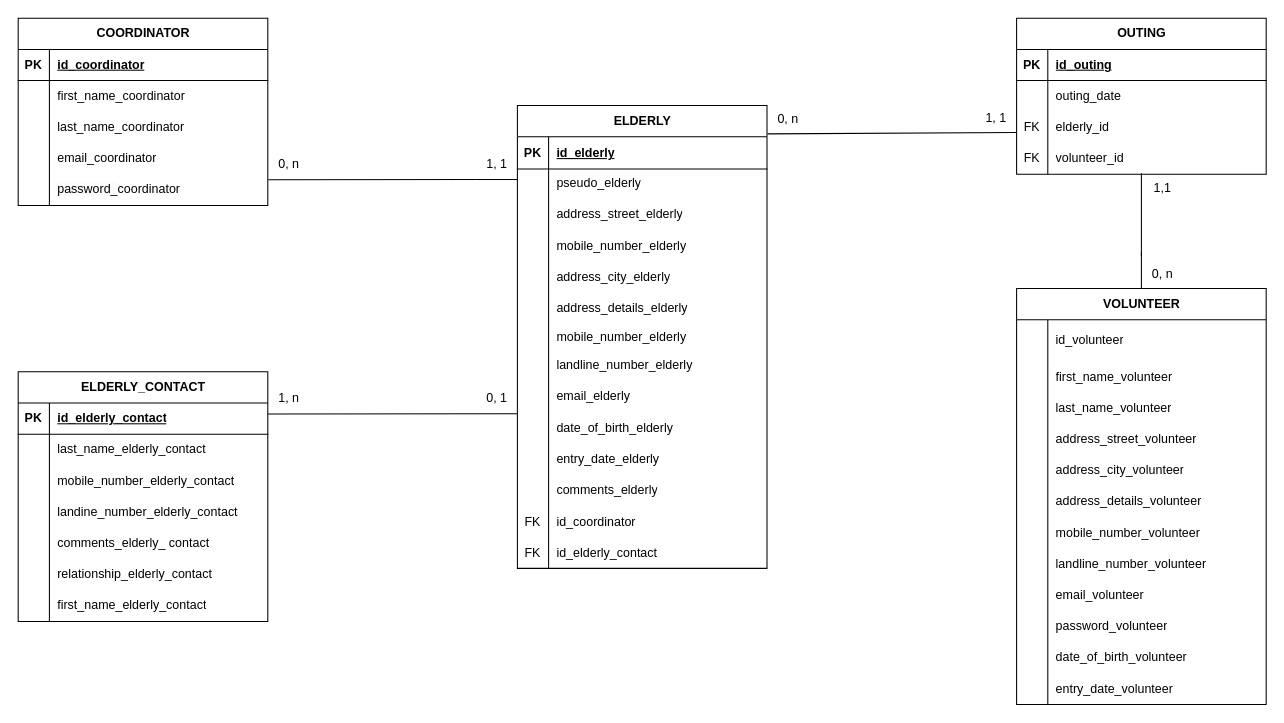
Before: page "MLD_MaE" (2 of 5) of MCD_MaE.drawio in AnneGicquel/MCD_Marche_avec_Eliane, a draw.io diagram. Source tidied: cells renumbered, new cells numbered last; positions are measured from the earlier drawing's top-left corner, leaving out a move shared by most shapes. Both pictures are drawn from the tidied source at 104%, with x=0, y=0 at pixel (18, 18).
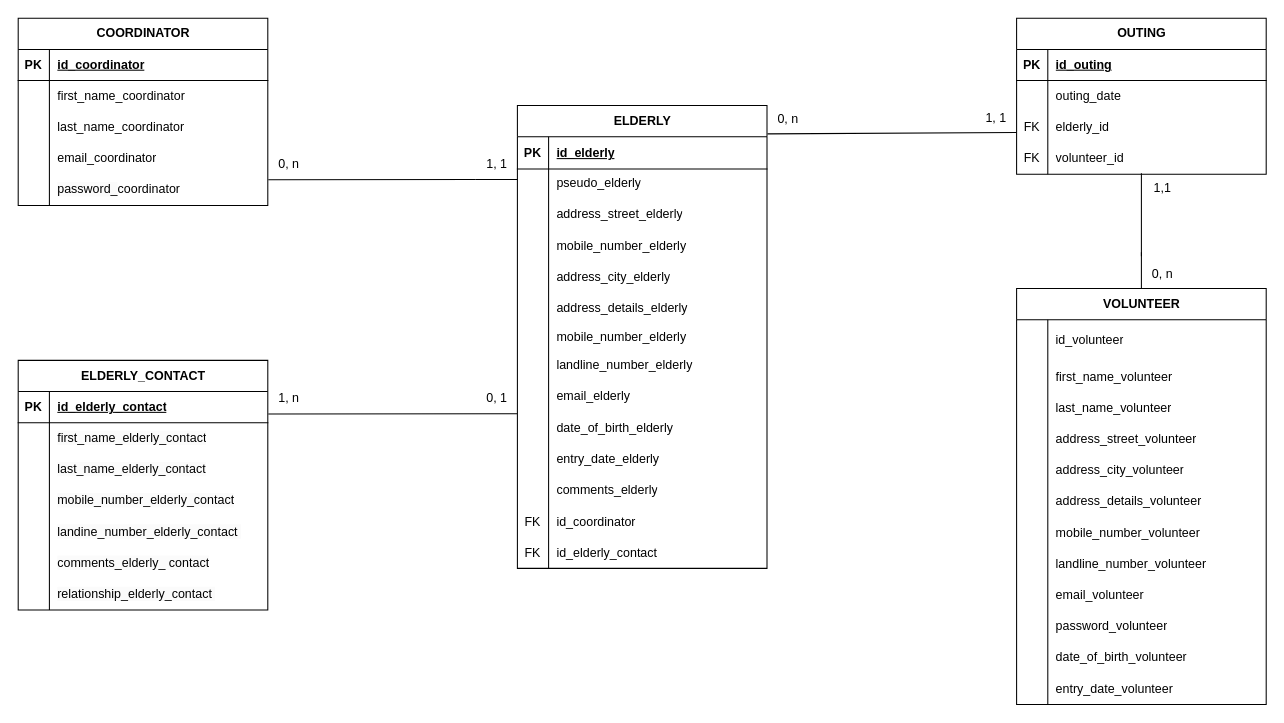
The same page after the edit.

The change refers to these unchanged cells:
```xml
<mxCell id="140" value="1, n" style="text;html=1;align=center;verticalAlign=middle;points=[];strokeColor=none;fillColor=none;rounded=0;" parent="1" vertex="1">
  <mxGeometry x="240" y="351" width="40" height="30" as="geometry" />
</mxCell>
```

Change to the diagram source:
```diff
@@
-    <mxCell id="75" value="ELDERLY_CONTACT" style="shape=table;startSize=30;childLayout=tableLayout;rowLines=0;fontStyle=1;align=center;html=1;rounded=0;" parent="1" vertex="1">
-      <mxGeometry y="340" width="240" height="240" as="geometry" />
-    </mxCell>
-    <mxCell id="76" style="shape=tableRow;horizontal=0;startSize=0;swimlaneHead=0;swimlaneBody=0;fillColor=none;top=0;left=0;right=0;bottom=0;rounded=0;" parent="75" vertex="1">
-      <mxGeometry y="30" width="240" height="30" as="geometry" />
-    </mxCell>
-    <mxCell id="77" style="shape=partialRectangle;fillColor=none;top=0;left=0;bottom=0;right=0;overflow=hidden;whiteSpace=wrap;html=1;rounded=0;" parent="76" vertex="1">
-      <mxGeometry width="30" height="30" as="geometry" />
-    </mxCell>
-    <mxCell id="78" style="shape=partialRectangle;fillColor=none;top=0;left=0;bottom=0;right=0;align=left;spacingLeft=6;overflow=hidden;whiteSpace=wrap;html=1;rounded=0;" parent="76" vertex="1">
-      <mxGeometry x="30" width="210" height="30" as="geometry" />
-    </mxCell>
-    <mxCell id="79" style="shape=tableRow;horizontal=0;startSize=0;swimlaneHead=0;swimlaneBody=0;fillColor=none;top=0;left=0;right=0;bottom=0;rounded=0;" parent="75" vertex="1">
-      <mxGeometry y="60" width="240" height="30" as="geometry" />
-    </mxCell>
-    <mxCell id="80" style="shape=partialRectangle;fillColor=none;top=0;left=0;bottom=0;right=0;overflow=hidden;whiteSpace=wrap;html=1;rounded=0;" parent="79" vertex="1">
-      <mxGeometry width="30" height="30" as="geometry" />
-    </mxCell>
-    <mxCell id="81" value="last_name_elderly_contact" style="shape=partialRectangle;fillColor=none;top=0;left=0;bottom=0;right=0;align=left;spacingLeft=6;overflow=hidden;whiteSpace=wrap;html=1;rounded=0;" parent="79" vertex="1">
-      <mxGeometry x="30" width="210" height="30" as="geometry" />
-    </mxCell>
-    <mxCell id="82" style="shape=tableRow;horizontal=0;startSize=0;swimlaneHead=0;swimlaneBody=0;fillColor=none;top=0;left=0;right=0;bottom=0;rounded=0;" parent="75" vertex="1">
-      <mxGeometry y="90" width="240" height="30" as="geometry" />
-    </mxCell>
-    <mxCell id="83" style="shape=partialRectangle;fillColor=none;top=0;left=0;bottom=0;right=0;overflow=hidden;whiteSpace=wrap;html=1;rounded=0;" parent="82" vertex="1">
-      <mxGeometry width="30" height="30" as="geometry" />
-    </mxCell>
-    <mxCell id="84" value="mobile_number_elderly_contact" style="shape=partialRectangle;fillColor=none;top=0;left=0;bottom=0;right=0;align=left;spacingLeft=6;overflow=hidden;whiteSpace=wrap;html=1;rounded=0;" parent="82" vertex="1">
-      <mxGeometry x="30" width="210" height="30" as="geometry" />
-    </mxCell>
-    <mxCell id="85" style="shape=tableRow;horizontal=0;startSize=0;swimlaneHead=0;swimlaneBody=0;fillColor=none;top=0;left=0;right=0;bottom=0;rounded=0;" parent="75" vertex="1">
-      <mxGeometry y="120" width="240" height="30" as="geometry" />
-    </mxCell>
-    <mxCell id="86" style="shape=partialRectangle;fillColor=none;top=0;left=0;bottom=0;right=0;overflow=hidden;whiteSpace=wrap;html=1;rounded=0;" parent="85" vertex="1">
-      <mxGeometry width="30" height="30" as="geometry" />
-    </mxCell>
-    <mxCell id="87" value="landine_number_elderly_contact&amp;nbsp;" style="shape=partialRectangle;fillColor=none;top=0;left=0;bottom=0;right=0;align=left;spacingLeft=6;overflow=hidden;whiteSpace=wrap;html=1;rounded=0;" parent="85" vertex="1">
-      <mxGeometry x="30" width="210" height="30" as="geometry" />
-    </mxCell>
-    <mxCell id="88" style="shape=tableRow;horizontal=0;startSize=0;swimlaneHead=0;swimlaneBody=0;fillColor=none;top=0;left=0;right=0;bottom=0;rounded=0;" parent="75" vertex="1">
-      <mxGeometry y="150" width="240" height="30" as="geometry" />
-    </mxCell>
-    <mxCell id="89" style="shape=partialRectangle;fillColor=none;top=0;left=0;bottom=0;right=0;overflow=hidden;whiteSpace=wrap;html=1;rounded=0;" parent="88" vertex="1">
-      <mxGeometry width="30" height="30" as="geometry" />
-    </mxCell>
-    <mxCell id="90" value="comments_elderly_ contact" style="shape=partialRectangle;fillColor=none;top=0;left=0;bottom=0;right=0;align=left;spacingLeft=6;overflow=hidden;whiteSpace=wrap;html=1;rounded=0;" parent="88" vertex="1">
-      <mxGeometry x="30" width="210" height="30" as="geometry" />
-    </mxCell>
-    <mxCell id="91" style="shape=tableRow;horizontal=0;startSize=0;swimlaneHead=0;swimlaneBody=0;fillColor=none;top=0;left=0;right=0;bottom=0;rounded=0;" parent="75" vertex="1">
-      <mxGeometry y="180" width="240" height="30" as="geometry" />
-    </mxCell>
-    <mxCell id="92" style="shape=partialRectangle;fillColor=none;top=0;left=0;bottom=0;right=0;overflow=hidden;whiteSpace=wrap;html=1;rounded=0;" parent="91" vertex="1">
-      <mxGeometry width="30" height="30" as="geometry" />
-    </mxCell>
-    <mxCell id="93" value="relationship_elderly_contact&amp;nbsp;" style="shape=partialRectangle;fillColor=none;top=0;left=0;bottom=0;right=0;align=left;spacingLeft=6;overflow=hidden;whiteSpace=wrap;html=1;rounded=0;" parent="91" vertex="1">
-      <mxGeometry x="30" width="210" height="30" as="geometry" />
-    </mxCell>
-    <mxCell id="94" style="shape=tableRow;horizontal=0;startSize=0;swimlaneHead=0;swimlaneBody=0;fillColor=none;top=0;left=0;right=0;bottom=0;rounded=0;" parent="75" vertex="1">
-      <mxGeometry y="210" width="240" height="30" as="geometry" />
-    </mxCell>
-    <mxCell id="95" style="shape=partialRectangle;fillColor=none;top=0;left=0;bottom=0;right=0;overflow=hidden;whiteSpace=wrap;html=1;rounded=0;" parent="94" vertex="1">
-      <mxGeometry width="30" height="30" as="geometry" />
-    </mxCell>
-    <mxCell id="96" value="first_name_elderly_contact" style="shape=partialRectangle;fillColor=none;top=0;left=0;bottom=0;right=0;align=left;spacingLeft=6;overflow=hidden;whiteSpace=wrap;html=1;rounded=0;" parent="94" vertex="1">
-      <mxGeometry x="30" width="210" height="30" as="geometry" />
-    </mxCell>
@@
-    <mxCell id="141" style="endArrow=none;html=1;rounded=0;exitX=1;exitY=0.353;exitDx=0;exitDy=0;exitPerimeter=0;entryX=0.993;entryY=1.012;entryDx=0;entryDy=0;entryPerimeter=0;" parent="1" edge="1" source="150">
+    <mxCell id="141" style="endArrow=none;html=1;rounded=0;entryX=0.993;entryY=1.012;entryDx=0;entryDy=0;entryPerimeter=0;exitX=0.012;exitY=0.984;exitDx=0;exitDy=0;exitPerimeter=0;" parent="1" edge="1" source="140">
       <mxGeometry relative="1" as="geometry">
         <mxPoint x="479.7" y="380.4" as="targetPoint" />
       </mxGeometry>
     </mxCell>
@@
     <mxCell id="150" style="shape=tableRow;horizontal=0;startSize=0;swimlaneHead=0;swimlaneBody=0;fillColor=none;points=[[0,0.5],[1,0.5]];portConstraint=eastwest;top=0;left=0;right=0;bottom=1;rounded=0;" parent="1" vertex="1">
-      <mxGeometry y="370" width="240" height="30" as="geometry" />
+      <mxGeometry y="359" width="240" height="30" as="geometry" />
     </mxCell>
-    <mxCell id="151" value="PK" style="shape=partialRectangle;fillColor=none;top=0;left=0;bottom=0;right=0;fontStyle=1;overflow=hidden;whiteSpace=wrap;html=1;rounded=0;" parent="150" vertex="1">
-      <mxGeometry width="30" height="30" as="geometry" />
-    </mxCell>
-    <mxCell id="152" value="&lt;span style=&quot;text-align: center; text-wrap: nowrap;&quot;&gt;id_elderly_contact&lt;/span&gt;" style="shape=partialRectangle;fillColor=none;top=0;left=0;bottom=0;right=0;align=left;spacingLeft=6;fontStyle=5;overflow=hidden;whiteSpace=wrap;html=1;rounded=0;" parent="150" vertex="1">
-      <mxGeometry x="30" width="210" height="30" as="geometry" />
-    </mxCell>
@@
+    <mxCell id="75" value="ELDERLY_CONTACT" style="shape=table;startSize=30;childLayout=tableLayout;rowLines=0;fontStyle=1;align=center;html=1;" parent="1" vertex="1">
+      <mxGeometry y="329" width="240" height="240" as="geometry" />
+    </mxCell>
+    <mxCell id="166" style="shape=tableRow;horizontal=0;startSize=0;swimlaneHead=0;swimlaneBody=0;fillColor=none;top=0;left=0;right=0;bottom=0;" parent="75" vertex="1">
+      <mxGeometry y="30" width="240" height="30" as="geometry" />
+    </mxCell>
+    <mxCell id="167" style="shape=partialRectangle;fillColor=none;top=0;left=0;bottom=0;right=0;overflow=hidden;whiteSpace=wrap;html=1;" parent="166" vertex="1">
+      <mxGeometry width="30" height="30" as="geometry" />
+    </mxCell>
+    <mxCell id="168" style="shape=partialRectangle;fillColor=none;top=0;left=0;bottom=0;right=0;align=left;spacingLeft=6;overflow=hidden;whiteSpace=wrap;html=1;" parent="166" vertex="1">
+      <mxGeometry x="30" width="210" height="30" as="geometry" />
+    </mxCell>
+    <mxCell id="169" style="shape=tableRow;horizontal=0;startSize=0;swimlaneHead=0;swimlaneBody=0;fillColor=none;top=0;left=0;right=0;bottom=0;" parent="75" vertex="1">
+      <mxGeometry y="60" width="240" height="30" as="geometry" />
+    </mxCell>
+    <mxCell id="170" style="shape=partialRectangle;fillColor=none;top=0;left=0;bottom=0;right=0;overflow=hidden;whiteSpace=wrap;html=1;" parent="169" vertex="1">
+      <mxGeometry width="30" height="30" as="geometry" />
+    </mxCell>
+    <mxCell id="96" value="&lt;span style=&quot;color: rgb(0, 0, 0); font-family: Helvetica; font-size: 12px; font-style: normal; font-variant-ligatures: normal; font-variant-caps: normal; font-weight: 400; letter-spacing: normal; orphans: 2; text-align: left; text-indent: 0px; text-transform: none; widows: 2; word-spacing: 0px; -webkit-text-stroke-width: 0px; white-space: normal; background-color: rgb(251, 251, 251); text-decoration-thickness: initial; text-decoration-style: initial; text-decoration-color: initial; display: inline !important; float: none;&quot;&gt;first_name_elderly_contact&lt;/span&gt;" style="shape=partialRectangle;fillColor=none;top=0;left=0;bottom=0;right=0;align=left;spacingLeft=6;overflow=hidden;whiteSpace=wrap;html=1;" parent="169" vertex="1">
+      <mxGeometry x="30" width="210" height="30" as="geometry" />
+    </mxCell>
+    <mxCell id="171" style="shape=tableRow;horizontal=0;startSize=0;swimlaneHead=0;swimlaneBody=0;fillColor=none;top=0;left=0;right=0;bottom=0;" parent="75" vertex="1">
+      <mxGeometry y="90" width="240" height="30" as="geometry" />
+    </mxCell>
+    <mxCell id="172" style="shape=partialRectangle;fillColor=none;top=0;left=0;bottom=0;right=0;overflow=hidden;whiteSpace=wrap;html=1;" parent="171" vertex="1">
+      <mxGeometry width="30" height="30" as="geometry" />
+    </mxCell>
+    <mxCell id="81" value="&lt;span style=&quot;color: rgb(0, 0, 0); font-family: Helvetica; font-size: 12px; font-style: normal; font-variant-ligatures: normal; font-variant-caps: normal; font-weight: 400; letter-spacing: normal; orphans: 2; text-align: left; text-indent: 0px; text-transform: none; widows: 2; word-spacing: 0px; -webkit-text-stroke-width: 0px; white-space: normal; background-color: rgb(251, 251, 251); text-decoration-thickness: initial; text-decoration-style: initial; text-decoration-color: initial; display: inline !important; float: none;&quot;&gt;last_name_elderly_contact&lt;/span&gt;" style="shape=partialRectangle;fillColor=none;top=0;left=0;bottom=0;right=0;align=left;spacingLeft=6;overflow=hidden;whiteSpace=wrap;html=1;" parent="171" vertex="1">
+      <mxGeometry x="30" width="210" height="30" as="geometry" />
+    </mxCell>
+    <mxCell id="173" style="shape=tableRow;horizontal=0;startSize=0;swimlaneHead=0;swimlaneBody=0;fillColor=none;top=0;left=0;right=0;bottom=0;" parent="75" vertex="1">
+      <mxGeometry y="120" width="240" height="30" as="geometry" />
+    </mxCell>
+    <mxCell id="174" style="shape=partialRectangle;fillColor=none;top=0;left=0;bottom=0;right=0;overflow=hidden;whiteSpace=wrap;html=1;" parent="173" vertex="1">
+      <mxGeometry width="30" height="30" as="geometry" />
+    </mxCell>
+    <mxCell id="84" value="&lt;span style=&quot;color: rgb(0, 0, 0); font-family: Helvetica; font-size: 12px; font-style: normal; font-variant-ligatures: normal; font-variant-caps: normal; font-weight: 400; letter-spacing: normal; orphans: 2; text-align: left; text-indent: 0px; text-transform: none; widows: 2; word-spacing: 0px; -webkit-text-stroke-width: 0px; white-space: normal; background-color: rgb(251, 251, 251); text-decoration-thickness: initial; text-decoration-style: initial; text-decoration-color: initial; display: inline !important; float: none;&quot;&gt;mobile_number_elderly_contact&lt;/span&gt;" style="shape=partialRectangle;fillColor=none;top=0;left=0;bottom=0;right=0;align=left;spacingLeft=6;overflow=hidden;whiteSpace=wrap;html=1;" parent="173" vertex="1">
+      <mxGeometry x="30" width="210" height="30" as="geometry" />
+    </mxCell>
+    <mxCell id="175" style="shape=tableRow;horizontal=0;startSize=0;swimlaneHead=0;swimlaneBody=0;fillColor=none;top=0;left=0;right=0;bottom=0;" parent="75" vertex="1">
+      <mxGeometry y="150" width="240" height="30" as="geometry" />
+    </mxCell>
+    <mxCell id="176" style="shape=partialRectangle;fillColor=none;top=0;left=0;bottom=0;right=0;overflow=hidden;whiteSpace=wrap;html=1;" parent="175" vertex="1">
+      <mxGeometry width="30" height="30" as="geometry" />
+    </mxCell>
+    <mxCell id="87" value="&lt;span style=&quot;color: rgb(0, 0, 0); font-family: Helvetica; font-size: 12px; font-style: normal; font-variant-ligatures: normal; font-variant-caps: normal; font-weight: 400; letter-spacing: normal; orphans: 2; text-align: left; text-indent: 0px; text-transform: none; widows: 2; word-spacing: 0px; -webkit-text-stroke-width: 0px; white-space: normal; background-color: rgb(251, 251, 251); text-decoration-thickness: initial; text-decoration-style: initial; text-decoration-color: initial; display: inline !important; float: none;&quot;&gt;landine_number_elderly_contact&amp;nbsp;&lt;/span&gt;" style="shape=partialRectangle;fillColor=none;top=0;left=0;bottom=0;right=0;align=left;spacingLeft=6;overflow=hidden;whiteSpace=wrap;html=1;" parent="175" vertex="1">
+      <mxGeometry x="30" width="210" height="30" as="geometry" />
+    </mxCell>
+    <mxCell id="177" style="shape=tableRow;horizontal=0;startSize=0;swimlaneHead=0;swimlaneBody=0;fillColor=none;top=0;left=0;right=0;bottom=0;" parent="75" vertex="1">
+      <mxGeometry y="180" width="240" height="30" as="geometry" />
+    </mxCell>
+    <mxCell id="178" style="shape=partialRectangle;fillColor=none;top=0;left=0;bottom=0;right=0;overflow=hidden;whiteSpace=wrap;html=1;" parent="177" vertex="1">
+      <mxGeometry width="30" height="30" as="geometry" />
+    </mxCell>
+    <mxCell id="90" value="&lt;span style=&quot;color: rgb(0, 0, 0); font-family: Helvetica; font-size: 12px; font-style: normal; font-variant-ligatures: normal; font-variant-caps: normal; font-weight: 400; letter-spacing: normal; orphans: 2; text-align: left; text-indent: 0px; text-transform: none; widows: 2; word-spacing: 0px; -webkit-text-stroke-width: 0px; white-space: normal; background-color: rgb(251, 251, 251); text-decoration-thickness: initial; text-decoration-style: initial; text-decoration-color: initial; display: inline !important; float: none;&quot;&gt;comments_elderly_ contact&lt;/span&gt;" style="shape=partialRectangle;fillColor=none;top=0;left=0;bottom=0;right=0;align=left;spacingLeft=6;overflow=hidden;whiteSpace=wrap;html=1;" parent="177" vertex="1">
+      <mxGeometry x="30" width="210" height="30" as="geometry" />
+    </mxCell>
+    <mxCell id="179" style="shape=tableRow;horizontal=0;startSize=0;swimlaneHead=0;swimlaneBody=0;fillColor=none;top=0;left=0;right=0;bottom=0;" parent="75" vertex="1">
+      <mxGeometry y="210" width="240" height="30" as="geometry" />
+    </mxCell>
+    <mxCell id="180" style="shape=partialRectangle;fillColor=none;top=0;left=0;bottom=0;right=0;overflow=hidden;whiteSpace=wrap;html=1;" parent="179" vertex="1">
+      <mxGeometry width="30" height="30" as="geometry" />
+    </mxCell>
+    <mxCell id="93" value="&lt;span style=&quot;color: rgb(0, 0, 0); font-family: Helvetica; font-size: 12px; font-style: normal; font-variant-ligatures: normal; font-variant-caps: normal; font-weight: 400; letter-spacing: normal; orphans: 2; text-align: left; text-indent: 0px; text-transform: none; widows: 2; word-spacing: 0px; -webkit-text-stroke-width: 0px; white-space: normal; background-color: rgb(251, 251, 251); text-decoration-thickness: initial; text-decoration-style: initial; text-decoration-color: initial; display: inline !important; float: none;&quot;&gt;relationship_elderly_contact&amp;nbsp;&lt;/span&gt;" style="shape=partialRectangle;fillColor=none;top=0;left=0;bottom=0;right=0;align=left;spacingLeft=6;overflow=hidden;whiteSpace=wrap;html=1;" parent="179" vertex="1">
+      <mxGeometry x="30" width="210" height="30" as="geometry" />
+    </mxCell>
+    <mxCell id="152" value="&lt;span style=&quot;text-align: center; text-wrap: nowrap;&quot;&gt;id_elderly_contact&lt;/span&gt;" style="shape=partialRectangle;fillColor=none;top=0;left=0;bottom=0;right=0;align=left;spacingLeft=6;fontStyle=5;overflow=hidden;whiteSpace=wrap;html=1;rounded=0;" parent="1" vertex="1">
+      <mxGeometry x="30" y="359" width="210" height="30" as="geometry" />
+    </mxCell>
+    <mxCell id="151" value="PK" style="shape=partialRectangle;fillColor=none;top=0;left=0;bottom=0;right=0;fontStyle=1;overflow=hidden;whiteSpace=wrap;html=1;rounded=0;" parent="1" vertex="1">
+      <mxGeometry y="359" width="30" height="30" as="geometry" />
+    </mxCell>
```
